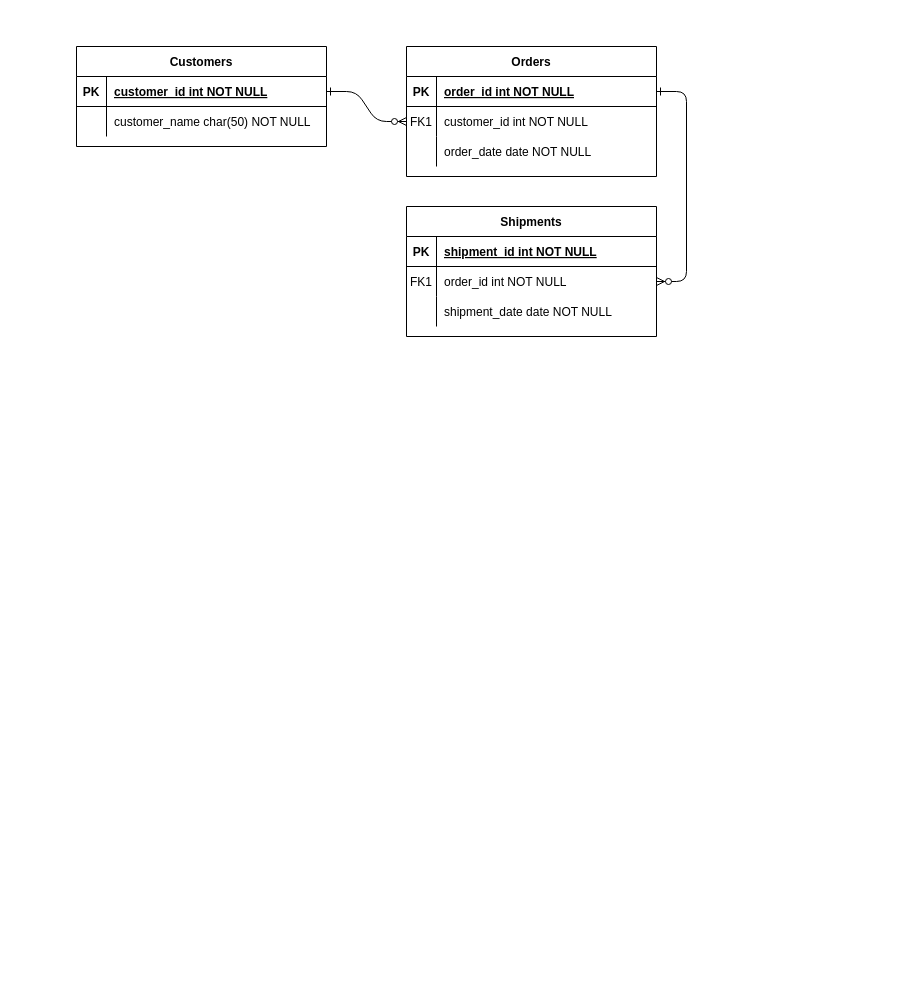
GrayInBlue/myTest keeps this draw.io diagram as 未命名绘图.drawio. Above is the earlier version. Source tidied: cells renumbered, new cells numbered last; positions are measured from the earlier drawing's top-left corner, leaving out a move shared by most shapes. Both pictures are drawn from the tidied source at 100%, with x=0, y=0 at pixel (76, 46).
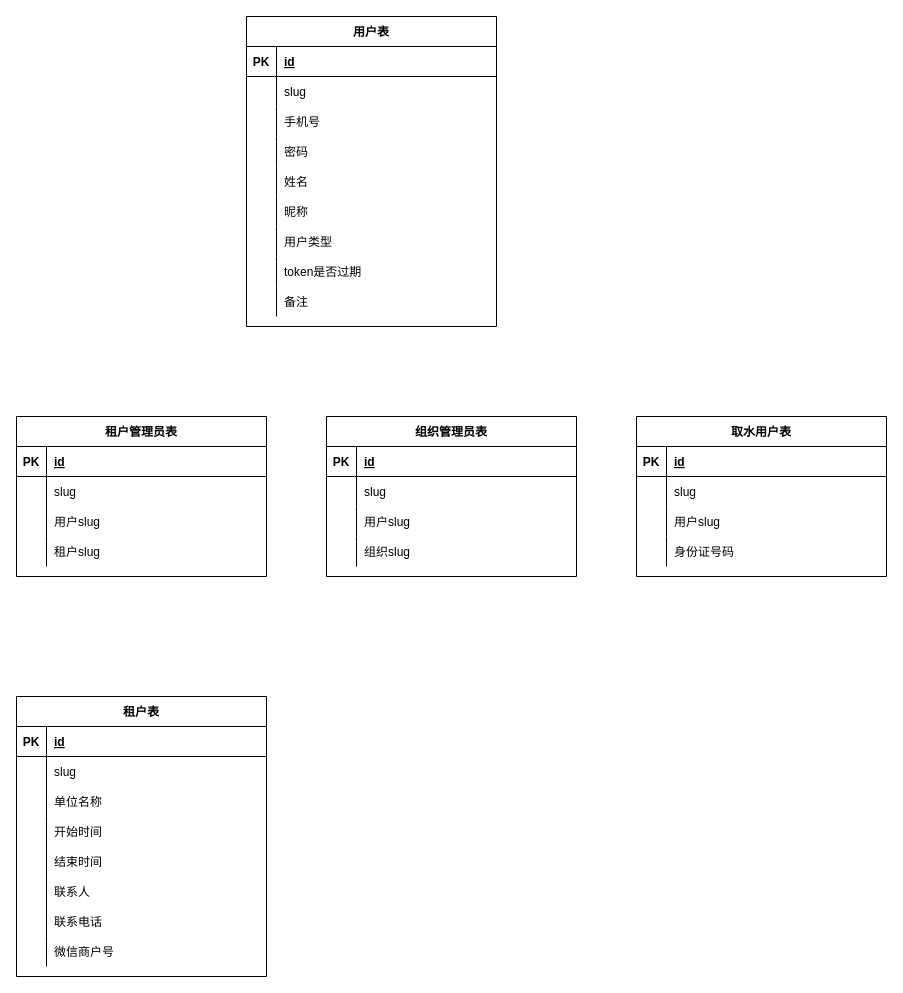
After the change.

The change refers to these unchanged cells:
```xml
<mxCell id="5" style="shape=partialRectangle;fillColor=none;points=[[0,0.5],[1,0.5]];portConstraint=eastwest;top=0;left=0;right=0;bottom=1;" parent="4" vertex="1">
  <mxGeometry y="30" width="250" height="30" as="geometry" />
</mxCell>
<mxCell id="8" style="shape=partialRectangle;fillColor=none;points=[[0,0.5],[1,0.5]];portConstraint=eastwest;top=0;left=0;right=0;bottom=0;" parent="4" vertex="1">
  <mxGeometry y="60" width="250" height="30" as="geometry" />
</mxCell>
<mxCell id="11" style="shape=partialRectangle;fillColor=none;top=0;left=0;right=0;bottom=0;" parent="4" vertex="1">
  <mxGeometry y="90" width="250" height="30" as="geometry" />
</mxCell>
<mxCell id="25" style="shape=partialRectangle;fillColor=none;points=[[0,0.5],[1,0.5]];portConstraint=eastwest;top=0;left=0;right=0;bottom=1;" parent="24" vertex="1">
  <mxGeometry y="30" width="250" height="30" as="geometry" />
</mxCell>
<mxCell id="28" style="shape=partialRectangle;fillColor=none;top=0;left=0;right=0;bottom=0;" parent="24" vertex="1">
  <mxGeometry y="60" width="250" height="30" as="geometry" />
</mxCell>
```

What changed in the source:
```diff
@@
-    <mxCell id="2" style="edgeStyle=entityRelationEdgeStyle;endArrow=ERzeroToMany;startArrow=ERone;endFill=1;startFill=0;" parent="1" edge="1" source="25" target="8">
-      <mxGeometry relative="1" as="geometry" />
-    </mxCell>
-    <mxCell id="3" style="edgeStyle=entityRelationEdgeStyle;endArrow=ERzeroToMany;startArrow=ERone;endFill=1;startFill=0;" parent="1" edge="1" source="5" target="18">
-      <mxGeometry relative="1" as="geometry" />
-    </mxCell>
-    <mxCell id="4" value="Orders" style="shape=table;startSize=30;childLayout=tableLayout;rowLines=0;fontStyle=1;align=center;" parent="1" vertex="1">
-      <mxGeometry x="330" width="250" height="130" as="geometry" />
+    <mxCell id="4" value="租户管理员表" style="shape=table;startSize=30;childLayout=tableLayout;rowLines=0;fontStyle=1;align=center;" parent="1" vertex="1">
+      <mxGeometry x="-60" y="370" width="250" height="160" as="geometry" />
     </mxCell>
@@
-    <mxCell id="7" value="order_id int NOT NULL " style="shape=partialRectangle;overflow=hidden;fillColor=none;top=0;left=0;bottom=0;right=0;align=left;spacingLeft=6;fontStyle=5;" parent="5" vertex="1">
+    <mxCell id="7" value="id " style="shape=partialRectangle;overflow=hidden;fillColor=none;top=0;left=0;bottom=0;right=0;align=left;spacingLeft=6;fontStyle=5;" parent="5" vertex="1">
       <mxGeometry x="30" width="220" height="30" as="geometry" />
     </mxCell>
@@
-    <mxCell id="9" value="FK1" style="shape=partialRectangle;overflow=hidden;fillColor=none;top=0;left=0;bottom=0;right=0;" parent="8" vertex="1">
+    <mxCell id="9" style="shape=partialRectangle;overflow=hidden;fillColor=none;top=0;left=0;bottom=0;right=0;" parent="8" vertex="1">
       <mxGeometry width="30" height="30" as="geometry" />
     </mxCell>
-    <mxCell id="10" value="customer_id int NOT NULL" style="shape=partialRectangle;overflow=hidden;fillColor=none;top=0;left=0;bottom=0;right=0;align=left;spacingLeft=6;" parent="8" vertex="1">
+    <mxCell id="10" value="slug" style="shape=partialRectangle;overflow=hidden;fillColor=none;top=0;left=0;bottom=0;right=0;align=left;spacingLeft=6;" parent="8" vertex="1">
       <mxGeometry x="30" width="220" height="30" as="geometry" />
     </mxCell>
@@
-    <mxCell id="13" value="order_date date NOT NULL" style="shape=partialRectangle;overflow=hidden;fillColor=none;top=0;left=0;bottom=0;right=0;align=left;spacingLeft=6;" parent="11" vertex="1">
+    <mxCell id="13" value="用户slug" style="shape=partialRectangle;overflow=hidden;fillColor=none;top=0;left=0;bottom=0;right=0;align=left;spacingLeft=6;" parent="11" vertex="1">
       <mxGeometry x="30" width="220" height="30" as="geometry" />
     </mxCell>
-    <mxCell id="14" value="Shipments" style="shape=table;startSize=30;childLayout=tableLayout;rowLines=0;fontStyle=1;align=center;" parent="1" vertex="1">
-      <mxGeometry x="330" y="160" width="250" height="130" as="geometry" />
-    </mxCell>
-    <mxCell id="15" style="shape=partialRectangle;fillColor=none;top=0;left=0;right=0;bottom=1;" parent="14" vertex="1">
-      <mxGeometry y="30" width="250" height="30" as="geometry" />
-    </mxCell>
-    <mxCell id="16" value="PK" style="shape=partialRectangle;overflow=hidden;fillColor=none;top=0;left=0;bottom=0;right=0;fontStyle=1;" parent="15" vertex="1">
-      <mxGeometry width="30" height="30" as="geometry" />
-    </mxCell>
-    <mxCell id="17" value="shipment_id int NOT NULL " style="shape=partialRectangle;overflow=hidden;fillColor=none;top=0;left=0;bottom=0;right=0;align=left;spacingLeft=6;fontStyle=5;" parent="15" vertex="1">
-      <mxGeometry x="30" width="220" height="30" as="geometry" />
-    </mxCell>
-    <mxCell id="18" style="shape=partialRectangle;fillColor=none;points=[[0,0.5],[1,0.5]];portConstraint=eastwest;top=0;left=0;right=0;bottom=0;" parent="14" vertex="1">
-      <mxGeometry y="60" width="250" height="30" as="geometry" />
-    </mxCell>
-    <mxCell id="19" value="FK1" style="shape=partialRectangle;overflow=hidden;fillColor=none;top=0;left=0;bottom=0;right=0;" parent="18" vertex="1">
-      <mxGeometry width="30" height="30" as="geometry" />
-    </mxCell>
-    <mxCell id="20" value="order_id int NOT NULL" style="shape=partialRectangle;overflow=hidden;fillColor=none;top=0;left=0;bottom=0;right=0;align=left;spacingLeft=6;" parent="18" vertex="1">
-      <mxGeometry x="30" width="220" height="30" as="geometry" />
-    </mxCell>
-    <mxCell id="21" style="shape=partialRectangle;fillColor=none;top=0;left=0;right=0;bottom=0;" parent="14" vertex="1">
-      <mxGeometry y="90" width="250" height="30" as="geometry" />
-    </mxCell>
-    <mxCell id="22" style="shape=partialRectangle;overflow=hidden;fillColor=none;top=0;left=0;bottom=0;right=0;" parent="21" vertex="1">
-      <mxGeometry width="30" height="30" as="geometry" />
-    </mxCell>
-    <mxCell id="23" value="shipment_date date NOT NULL" style="shape=partialRectangle;overflow=hidden;fillColor=none;top=0;left=0;bottom=0;right=0;align=left;spacingLeft=6;" parent="21" vertex="1">
-      <mxGeometry x="30" width="220" height="30" as="geometry" />
-    </mxCell>
+    <mxCell id="31" style="shape=partialRectangle;fillColor=none;top=0;left=0;right=0;bottom=0;" parent="4" vertex="1">
+      <mxGeometry y="120" width="250" height="30" as="geometry" />
+    </mxCell>
+    <mxCell id="32" style="shape=partialRectangle;overflow=hidden;fillColor=none;top=0;left=0;bottom=0;right=0;" parent="31" vertex="1">
+      <mxGeometry width="30" height="30" as="geometry" />
+    </mxCell>
+    <mxCell id="33" value="租户slug" style="shape=partialRectangle;overflow=hidden;fillColor=none;top=0;left=0;bottom=0;right=0;align=left;spacingLeft=6;" parent="31" vertex="1">
+      <mxGeometry x="30" width="220" height="30" as="geometry" />
+    </mxCell>
-    <mxCell id="24" value="Customers" style="shape=table;startSize=30;childLayout=tableLayout;rowLines=0;fontStyle=1;align=center;" parent="1" vertex="1">
-      <mxGeometry width="250" height="100" as="geometry" />
+    <mxCell id="24" value="用户表" style="shape=table;startSize=30;childLayout=tableLayout;rowLines=0;fontStyle=1;align=center;" parent="1" vertex="1">
+      <mxGeometry x="170" y="-30" width="250" height="310" as="geometry" />
     </mxCell>
@@
-    <mxCell id="27" value="customer_id int NOT NULL " style="shape=partialRectangle;overflow=hidden;fillColor=none;top=0;left=0;bottom=0;right=0;align=left;spacingLeft=6;fontStyle=5;" parent="25" vertex="1">
+    <mxCell id="27" value="id" style="shape=partialRectangle;overflow=hidden;fillColor=none;top=0;left=0;bottom=0;right=0;align=left;spacingLeft=6;fontStyle=5;" parent="25" vertex="1">
       <mxGeometry x="30" width="220" height="30" as="geometry" />
     </mxCell>
@@
-    <mxCell id="30" value="customer_name char(50) NOT NULL" style="shape=partialRectangle;overflow=hidden;fillColor=none;top=0;left=0;bottom=0;right=0;align=left;spacingLeft=6;" parent="28" vertex="1">
+    <mxCell id="30" value="slug" style="shape=partialRectangle;overflow=hidden;fillColor=none;top=0;left=0;bottom=0;right=0;align=left;spacingLeft=6;" parent="28" vertex="1">
       <mxGeometry x="30" width="220" height="30" as="geometry" />
     </mxCell>
+    <mxCell id="34" style="shape=partialRectangle;fillColor=none;top=0;left=0;right=0;bottom=0;" parent="24" vertex="1">
+      <mxGeometry y="90" width="250" height="30" as="geometry" />
+    </mxCell>
+    <mxCell id="35" style="shape=partialRectangle;overflow=hidden;fillColor=none;top=0;left=0;bottom=0;right=0;" parent="34" vertex="1">
+      <mxGeometry width="30" height="30" as="geometry" />
+    </mxCell>
+    <mxCell id="36" value="手机号" style="shape=partialRectangle;overflow=hidden;fillColor=none;top=0;left=0;bottom=0;right=0;align=left;spacingLeft=6;" parent="34" vertex="1">
+      <mxGeometry x="30" width="220" height="30" as="geometry" />
+    </mxCell>
+    <mxCell id="37" style="shape=partialRectangle;fillColor=none;top=0;left=0;right=0;bottom=0;" parent="24" vertex="1">
+      <mxGeometry y="120" width="250" height="30" as="geometry" />
+    </mxCell>
+    <mxCell id="38" style="shape=partialRectangle;overflow=hidden;fillColor=none;top=0;left=0;bottom=0;right=0;" parent="37" vertex="1">
+      <mxGeometry width="30" height="30" as="geometry" />
+    </mxCell>
+    <mxCell id="39" value="密码" style="shape=partialRectangle;overflow=hidden;fillColor=none;top=0;left=0;bottom=0;right=0;align=left;spacingLeft=6;" parent="37" vertex="1">
+      <mxGeometry x="30" width="220" height="30" as="geometry" />
+    </mxCell>
+    <mxCell id="40" style="shape=partialRectangle;fillColor=none;top=0;left=0;right=0;bottom=0;" parent="24" vertex="1">
+      <mxGeometry y="150" width="250" height="30" as="geometry" />
+    </mxCell>
+    <mxCell id="41" style="shape=partialRectangle;overflow=hidden;fillColor=none;top=0;left=0;bottom=0;right=0;" parent="40" vertex="1">
+      <mxGeometry width="30" height="30" as="geometry" />
+    </mxCell>
+    <mxCell id="42" value="姓名" style="shape=partialRectangle;overflow=hidden;fillColor=none;top=0;left=0;bottom=0;right=0;align=left;spacingLeft=6;" parent="40" vertex="1">
+      <mxGeometry x="30" width="220" height="30" as="geometry" />
+    </mxCell>
+    <mxCell id="43" style="shape=partialRectangle;fillColor=none;top=0;left=0;right=0;bottom=0;" parent="24" vertex="1">
+      <mxGeometry y="180" width="250" height="30" as="geometry" />
+    </mxCell>
+    <mxCell id="44" style="shape=partialRectangle;overflow=hidden;fillColor=none;top=0;left=0;bottom=0;right=0;" parent="43" vertex="1">
+      <mxGeometry width="30" height="30" as="geometry" />
+    </mxCell>
+    <mxCell id="45" value="昵称" style="shape=partialRectangle;overflow=hidden;fillColor=none;top=0;left=0;bottom=0;right=0;align=left;spacingLeft=6;" parent="43" vertex="1">
+      <mxGeometry x="30" width="220" height="30" as="geometry" />
+    </mxCell>
+    <mxCell id="46" style="shape=partialRectangle;fillColor=none;top=0;left=0;right=0;bottom=0;" parent="24" vertex="1">
+      <mxGeometry y="210" width="250" height="30" as="geometry" />
+    </mxCell>
+    <mxCell id="47" style="shape=partialRectangle;overflow=hidden;fillColor=none;top=0;left=0;bottom=0;right=0;" parent="46" vertex="1">
+      <mxGeometry width="30" height="30" as="geometry" />
+    </mxCell>
+    <mxCell id="48" value="用户类型" style="shape=partialRectangle;overflow=hidden;fillColor=none;top=0;left=0;bottom=0;right=0;align=left;spacingLeft=6;" parent="46" vertex="1">
+      <mxGeometry x="30" width="220" height="30" as="geometry" />
+    </mxCell>
+    <mxCell id="49" style="shape=partialRectangle;fillColor=none;top=0;left=0;right=0;bottom=0;" parent="24" vertex="1">
+      <mxGeometry y="240" width="250" height="30" as="geometry" />
+    </mxCell>
+    <mxCell id="50" style="shape=partialRectangle;overflow=hidden;fillColor=none;top=0;left=0;bottom=0;right=0;" parent="49" vertex="1">
+      <mxGeometry width="30" height="30" as="geometry" />
+    </mxCell>
+    <mxCell id="51" value="token是否过期" style="shape=partialRectangle;overflow=hidden;fillColor=none;top=0;left=0;bottom=0;right=0;align=left;spacingLeft=6;" parent="49" vertex="1">
+      <mxGeometry x="30" width="220" height="30" as="geometry" />
+    </mxCell>
+    <mxCell id="52" style="shape=partialRectangle;fillColor=none;top=0;left=0;right=0;bottom=0;" parent="24" vertex="1">
+      <mxGeometry y="270" width="250" height="30" as="geometry" />
+    </mxCell>
+    <mxCell id="53" style="shape=partialRectangle;overflow=hidden;fillColor=none;top=0;left=0;bottom=0;right=0;" parent="52" vertex="1">
+      <mxGeometry width="30" height="30" as="geometry" />
+    </mxCell>
+    <mxCell id="54" value="备注" style="shape=partialRectangle;overflow=hidden;fillColor=none;top=0;left=0;bottom=0;right=0;align=left;spacingLeft=6;" parent="52" vertex="1">
+      <mxGeometry x="30" width="220" height="30" as="geometry" />
+    </mxCell>
+    <mxCell id="55" value="组织管理员表" style="shape=table;startSize=30;childLayout=tableLayout;rowLines=0;fontStyle=1;align=center;" parent="1" vertex="1">
+      <mxGeometry x="250" y="370" width="250" height="160" as="geometry" />
+    </mxCell>
+    <mxCell id="56" style="shape=partialRectangle;fillColor=none;top=0;left=0;right=0;bottom=1;" parent="55" vertex="1">
+      <mxGeometry y="30" width="250" height="30" as="geometry" />
+    </mxCell>
+    <mxCell id="57" value="PK" style="shape=partialRectangle;overflow=hidden;fillColor=none;top=0;left=0;bottom=0;right=0;fontStyle=1;" parent="56" vertex="1">
+      <mxGeometry width="30" height="30" as="geometry" />
+    </mxCell>
+    <mxCell id="58" value="id " style="shape=partialRectangle;overflow=hidden;fillColor=none;top=0;left=0;bottom=0;right=0;align=left;spacingLeft=6;fontStyle=5;" parent="56" vertex="1">
+      <mxGeometry x="30" width="220" height="30" as="geometry" />
+    </mxCell>
+    <mxCell id="59" style="shape=partialRectangle;fillColor=none;top=0;left=0;right=0;bottom=0;" parent="55" vertex="1">
+      <mxGeometry y="60" width="250" height="30" as="geometry" />
+    </mxCell>
+    <mxCell id="60" style="shape=partialRectangle;overflow=hidden;fillColor=none;top=0;left=0;bottom=0;right=0;" parent="59" vertex="1">
+      <mxGeometry width="30" height="30" as="geometry" />
+    </mxCell>
+    <mxCell id="61" value="slug" style="shape=partialRectangle;overflow=hidden;fillColor=none;top=0;left=0;bottom=0;right=0;align=left;spacingLeft=6;" parent="59" vertex="1">
+      <mxGeometry x="30" width="220" height="30" as="geometry" />
+    </mxCell>
+    <mxCell id="62" style="shape=partialRectangle;fillColor=none;top=0;left=0;right=0;bottom=0;" parent="55" vertex="1">
+      <mxGeometry y="90" width="250" height="30" as="geometry" />
+    </mxCell>
+    <mxCell id="63" style="shape=partialRectangle;overflow=hidden;fillColor=none;top=0;left=0;bottom=0;right=0;" parent="62" vertex="1">
+      <mxGeometry width="30" height="30" as="geometry" />
+    </mxCell>
+    <mxCell id="64" value="用户slug" style="shape=partialRectangle;overflow=hidden;fillColor=none;top=0;left=0;bottom=0;right=0;align=left;spacingLeft=6;" parent="62" vertex="1">
+      <mxGeometry x="30" width="220" height="30" as="geometry" />
+    </mxCell>
+    <mxCell id="65" style="shape=partialRectangle;fillColor=none;top=0;left=0;right=0;bottom=0;" parent="55" vertex="1">
+      <mxGeometry y="120" width="250" height="30" as="geometry" />
+    </mxCell>
+    <mxCell id="66" style="shape=partialRectangle;overflow=hidden;fillColor=none;top=0;left=0;bottom=0;right=0;" parent="65" vertex="1">
+      <mxGeometry width="30" height="30" as="geometry" />
+    </mxCell>
+    <mxCell id="67" value="组织slug" style="shape=partialRectangle;overflow=hidden;fillColor=none;top=0;left=0;bottom=0;right=0;align=left;spacingLeft=6;" parent="65" vertex="1">
+      <mxGeometry x="30" width="220" height="30" as="geometry" />
+    </mxCell>
+    <mxCell id="68" value="取水用户表" style="shape=table;startSize=30;childLayout=tableLayout;rowLines=0;fontStyle=1;align=center;" parent="1" vertex="1">
+      <mxGeometry x="560" y="370" width="250" height="160" as="geometry" />
+    </mxCell>
+    <mxCell id="69" style="shape=partialRectangle;fillColor=none;top=0;left=0;right=0;bottom=1;" parent="68" vertex="1">
+      <mxGeometry y="30" width="250" height="30" as="geometry" />
+    </mxCell>
+    <mxCell id="70" value="PK" style="shape=partialRectangle;overflow=hidden;fillColor=none;top=0;left=0;bottom=0;right=0;fontStyle=1;" parent="69" vertex="1">
+      <mxGeometry width="30" height="30" as="geometry" />
+    </mxCell>
+    <mxCell id="71" value="id " style="shape=partialRectangle;overflow=hidden;fillColor=none;top=0;left=0;bottom=0;right=0;align=left;spacingLeft=6;fontStyle=5;" parent="69" vertex="1">
+      <mxGeometry x="30" width="220" height="30" as="geometry" />
+    </mxCell>
+    <mxCell id="72" style="shape=partialRectangle;fillColor=none;top=0;left=0;right=0;bottom=0;" parent="68" vertex="1">
+      <mxGeometry y="60" width="250" height="30" as="geometry" />
+    </mxCell>
+    <mxCell id="73" style="shape=partialRectangle;overflow=hidden;fillColor=none;top=0;left=0;bottom=0;right=0;" parent="72" vertex="1">
+      <mxGeometry width="30" height="30" as="geometry" />
+    </mxCell>
+    <mxCell id="74" value="slug" style="shape=partialRectangle;overflow=hidden;fillColor=none;top=0;left=0;bottom=0;right=0;align=left;spacingLeft=6;" parent="72" vertex="1">
+      <mxGeometry x="30" width="220" height="30" as="geometry" />
+    </mxCell>
+    <mxCell id="75" style="shape=partialRectangle;fillColor=none;top=0;left=0;right=0;bottom=0;" parent="68" vertex="1">
+      <mxGeometry y="90" width="250" height="30" as="geometry" />
+    </mxCell>
+    <mxCell id="76" style="shape=partialRectangle;overflow=hidden;fillColor=none;top=0;left=0;bottom=0;right=0;" parent="75" vertex="1">
+      <mxGeometry width="30" height="30" as="geometry" />
+    </mxCell>
+    <mxCell id="77" value="用户slug" style="shape=partialRectangle;overflow=hidden;fillColor=none;top=0;left=0;bottom=0;right=0;align=left;spacingLeft=6;" parent="75" vertex="1">
+      <mxGeometry x="30" width="220" height="30" as="geometry" />
+    </mxCell>
+    <mxCell id="78" style="shape=partialRectangle;fillColor=none;top=0;left=0;right=0;bottom=0;" parent="68" vertex="1">
+      <mxGeometry y="120" width="250" height="30" as="geometry" />
+    </mxCell>
+    <mxCell id="79" style="shape=partialRectangle;overflow=hidden;fillColor=none;top=0;left=0;bottom=0;right=0;" parent="78" vertex="1">
+      <mxGeometry width="30" height="30" as="geometry" />
+    </mxCell>
+    <mxCell id="80" value="身份证号码" style="shape=partialRectangle;overflow=hidden;fillColor=none;top=0;left=0;bottom=0;right=0;align=left;spacingLeft=6;" parent="78" vertex="1">
+      <mxGeometry x="30" width="220" height="30" as="geometry" />
+    </mxCell>
+    <mxCell id="81" value="租户表" style="shape=table;startSize=30;childLayout=tableLayout;rowLines=0;fontStyle=1;align=center;" parent="1" vertex="1">
+      <mxGeometry x="-60" y="650" width="250" height="280" as="geometry" />
+    </mxCell>
+    <mxCell id="82" style="shape=partialRectangle;fillColor=none;top=0;left=0;right=0;bottom=1;" parent="81" vertex="1">
+      <mxGeometry y="30" width="250" height="30" as="geometry" />
+    </mxCell>
+    <mxCell id="83" value="PK" style="shape=partialRectangle;overflow=hidden;fillColor=none;top=0;left=0;bottom=0;right=0;fontStyle=1;" parent="82" vertex="1">
+      <mxGeometry width="30" height="30" as="geometry" />
+    </mxCell>
+    <mxCell id="84" value="id " style="shape=partialRectangle;overflow=hidden;fillColor=none;top=0;left=0;bottom=0;right=0;align=left;spacingLeft=6;fontStyle=5;" parent="82" vertex="1">
+      <mxGeometry x="30" width="220" height="30" as="geometry" />
+    </mxCell>
+    <mxCell id="85" style="shape=partialRectangle;fillColor=none;top=0;left=0;right=0;bottom=0;" parent="81" vertex="1">
+      <mxGeometry y="60" width="250" height="30" as="geometry" />
+    </mxCell>
+    <mxCell id="86" style="shape=partialRectangle;overflow=hidden;fillColor=none;top=0;left=0;bottom=0;right=0;" parent="85" vertex="1">
+      <mxGeometry width="30" height="30" as="geometry" />
+    </mxCell>
+    <mxCell id="87" value="slug" style="shape=partialRectangle;overflow=hidden;fillColor=none;top=0;left=0;bottom=0;right=0;align=left;spacingLeft=6;" parent="85" vertex="1">
+      <mxGeometry x="30" width="220" height="30" as="geometry" />
+    </mxCell>
+    <mxCell id="88" style="shape=partialRectangle;fillColor=none;top=0;left=0;right=0;bottom=0;" parent="81" vertex="1">
+      <mxGeometry y="90" width="250" height="30" as="geometry" />
+    </mxCell>
+    <mxCell id="89" style="shape=partialRectangle;overflow=hidden;fillColor=none;top=0;left=0;bottom=0;right=0;" parent="88" vertex="1">
+      <mxGeometry width="30" height="30" as="geometry" />
+    </mxCell>
+    <mxCell id="90" value="单位名称" style="shape=partialRectangle;overflow=hidden;fillColor=none;top=0;left=0;bottom=0;right=0;align=left;spacingLeft=6;" parent="88" vertex="1">
+      <mxGeometry x="30" width="220" height="30" as="geometry" />
+    </mxCell>
+    <mxCell id="91" style="shape=partialRectangle;fillColor=none;top=0;left=0;right=0;bottom=0;" parent="81" vertex="1">
+      <mxGeometry y="120" width="250" height="30" as="geometry" />
+    </mxCell>
+    <mxCell id="92" style="shape=partialRectangle;overflow=hidden;fillColor=none;top=0;left=0;bottom=0;right=0;" parent="91" vertex="1">
+      <mxGeometry width="30" height="30" as="geometry" />
+    </mxCell>
+    <mxCell id="93" value="开始时间" style="shape=partialRectangle;overflow=hidden;fillColor=none;top=0;left=0;bottom=0;right=0;align=left;spacingLeft=6;" parent="91" vertex="1">
+      <mxGeometry x="30" width="220" height="30" as="geometry" />
+    </mxCell>
+    <mxCell id="94" style="shape=partialRectangle;fillColor=none;top=0;left=0;right=0;bottom=0;" parent="81" vertex="1">
+      <mxGeometry y="150" width="250" height="30" as="geometry" />
+    </mxCell>
+    <mxCell id="95" style="shape=partialRectangle;overflow=hidden;fillColor=none;top=0;left=0;bottom=0;right=0;" parent="94" vertex="1">
+      <mxGeometry width="30" height="30" as="geometry" />
+    </mxCell>
+    <mxCell id="96" value="结束时间" style="shape=partialRectangle;overflow=hidden;fillColor=none;top=0;left=0;bottom=0;right=0;align=left;spacingLeft=6;" parent="94" vertex="1">
+      <mxGeometry x="30" width="220" height="30" as="geometry" />
+    </mxCell>
+    <mxCell id="97" style="shape=partialRectangle;fillColor=none;top=0;left=0;right=0;bottom=0;" parent="81" vertex="1">
+      <mxGeometry y="180" width="250" height="30" as="geometry" />
+    </mxCell>
+    <mxCell id="98" style="shape=partialRectangle;overflow=hidden;fillColor=none;top=0;left=0;bottom=0;right=0;" parent="97" vertex="1">
+      <mxGeometry width="30" height="30" as="geometry" />
+    </mxCell>
+    <mxCell id="99" value="联系人" style="shape=partialRectangle;overflow=hidden;fillColor=none;top=0;left=0;bottom=0;right=0;align=left;spacingLeft=6;" parent="97" vertex="1">
+      <mxGeometry x="30" width="220" height="30" as="geometry" />
+    </mxCell>
+    <mxCell id="100" style="shape=partialRectangle;fillColor=none;top=0;left=0;right=0;bottom=0;" parent="81" vertex="1">
+      <mxGeometry y="210" width="250" height="30" as="geometry" />
+    </mxCell>
+    <mxCell id="101" style="shape=partialRectangle;overflow=hidden;fillColor=none;top=0;left=0;bottom=0;right=0;" parent="100" vertex="1">
+      <mxGeometry width="30" height="30" as="geometry" />
+    </mxCell>
+    <mxCell id="102" value="联系电话" style="shape=partialRectangle;overflow=hidden;fillColor=none;top=0;left=0;bottom=0;right=0;align=left;spacingLeft=6;" parent="100" vertex="1">
+      <mxGeometry x="30" width="220" height="30" as="geometry" />
+    </mxCell>
+    <mxCell id="103" style="shape=partialRectangle;fillColor=none;top=0;left=0;right=0;bottom=0;" parent="81" vertex="1">
+      <mxGeometry y="240" width="250" height="30" as="geometry" />
+    </mxCell>
+    <mxCell id="104" style="shape=partialRectangle;overflow=hidden;fillColor=none;top=0;left=0;bottom=0;right=0;" parent="103" vertex="1">
+      <mxGeometry width="30" height="30" as="geometry" />
+    </mxCell>
+    <mxCell id="105" value="微信商户号" style="shape=partialRectangle;overflow=hidden;fillColor=none;top=0;left=0;bottom=0;right=0;align=left;spacingLeft=6;" parent="103" vertex="1">
+      <mxGeometry x="30" width="220" height="30" as="geometry" />
+    </mxCell>
```
